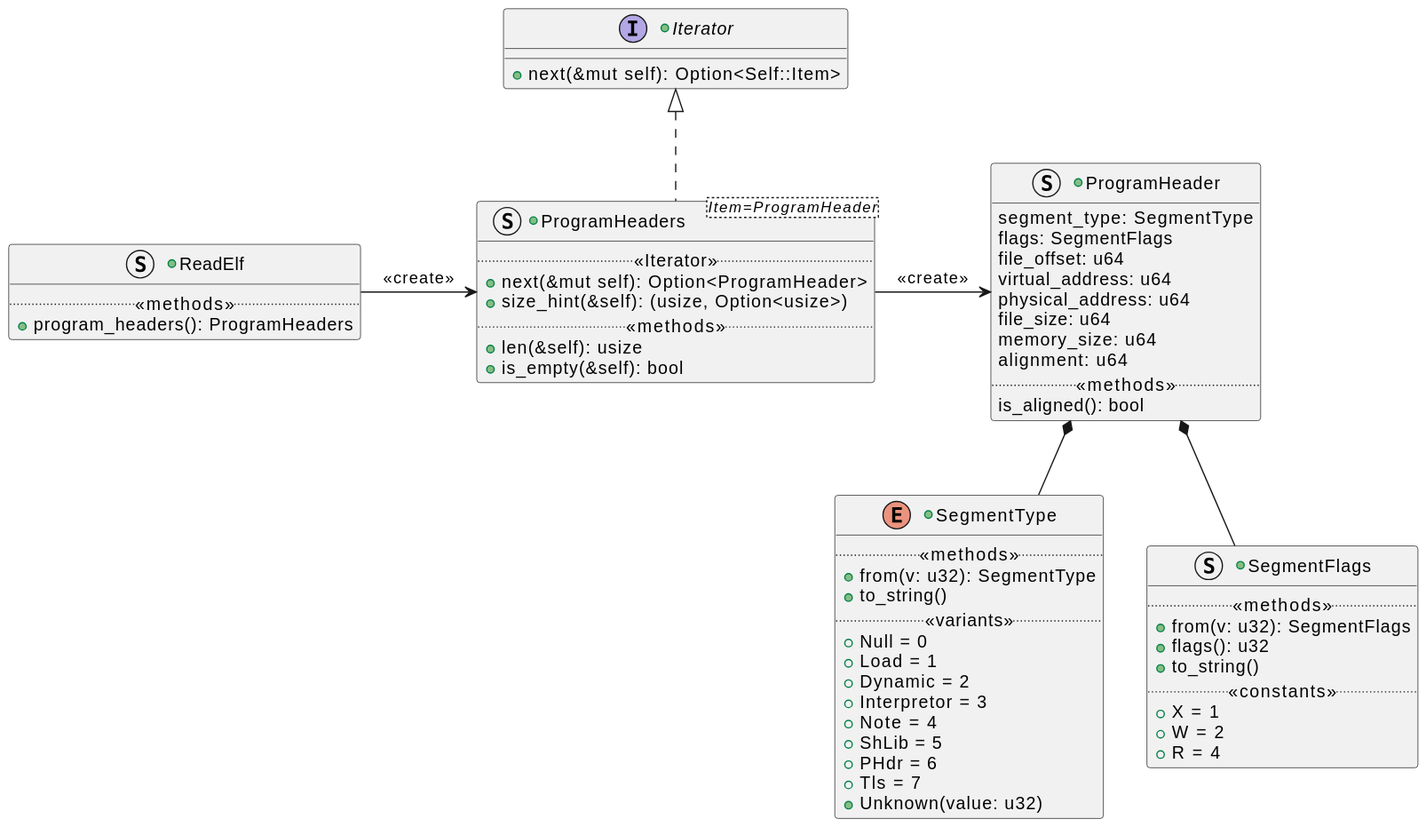
jcurl/rustlib keeps this PlantUML diagram as readelf/doc/assets/readelf-ph/readelf_ph.svg. Above is the earlier version.
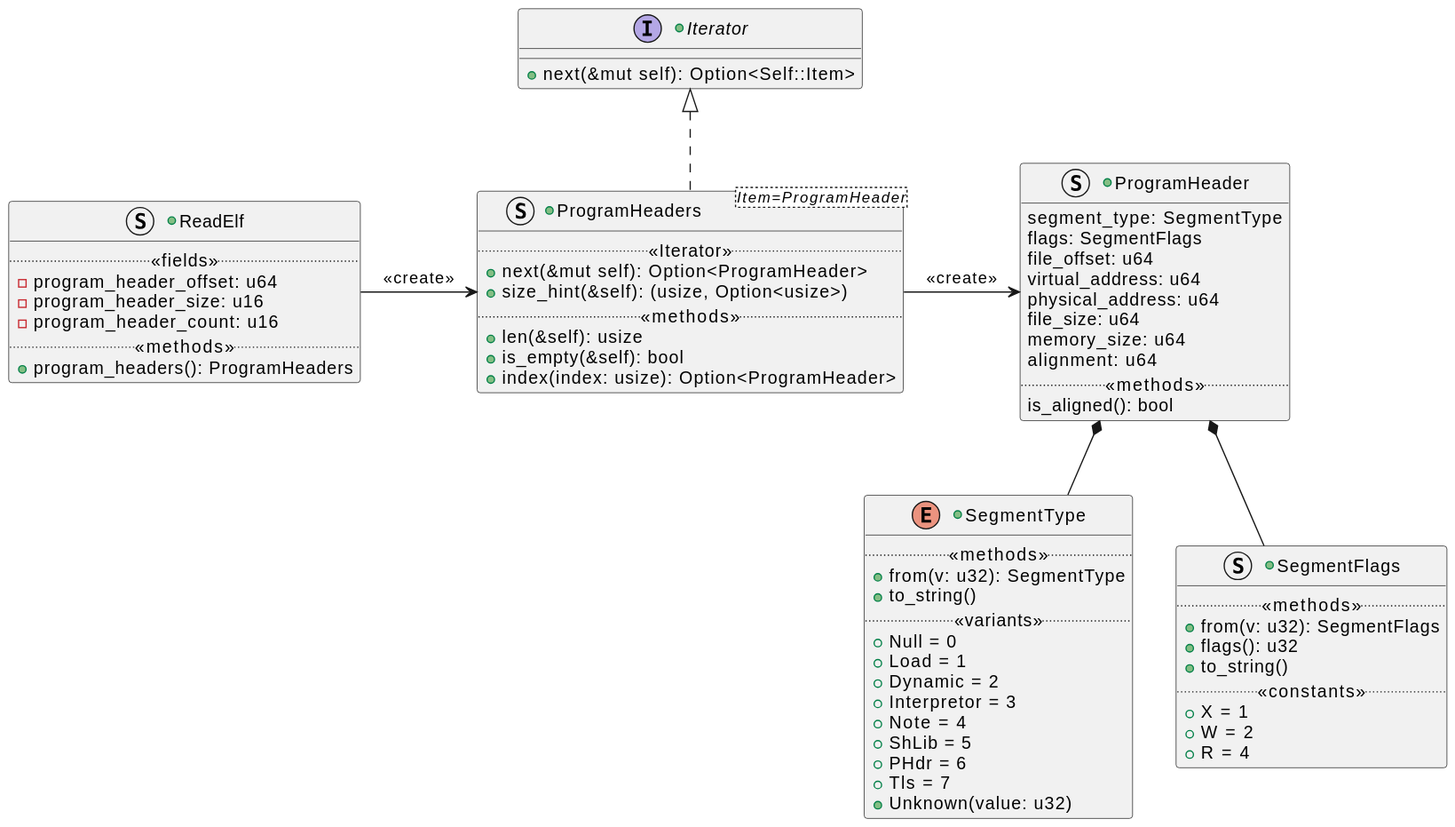
The same diagram one commit later.

Commit message:
ReadElf: Allow to get the index of a ProgramHeader

What changed in the source:
```diff
@@ -4,6 +4,10 @@
 }
 
 +struct ReadElf {
+    .. <<fields>> ..
+    -program_header_offset: u64
+    -program_header_size: u16
+    -program_header_count: u16
     .. <<methods>> ..
     +program_headers(): ProgramHeaders
 }
@@ -15,6 +19,7 @@
     .. <<methods>> ..
     +len(&self): usize
     +is_empty(&self): bool
+    +index(index: usize): Option<ProgramHeader>
 }
 
 +struct ProgramHeader {
```
